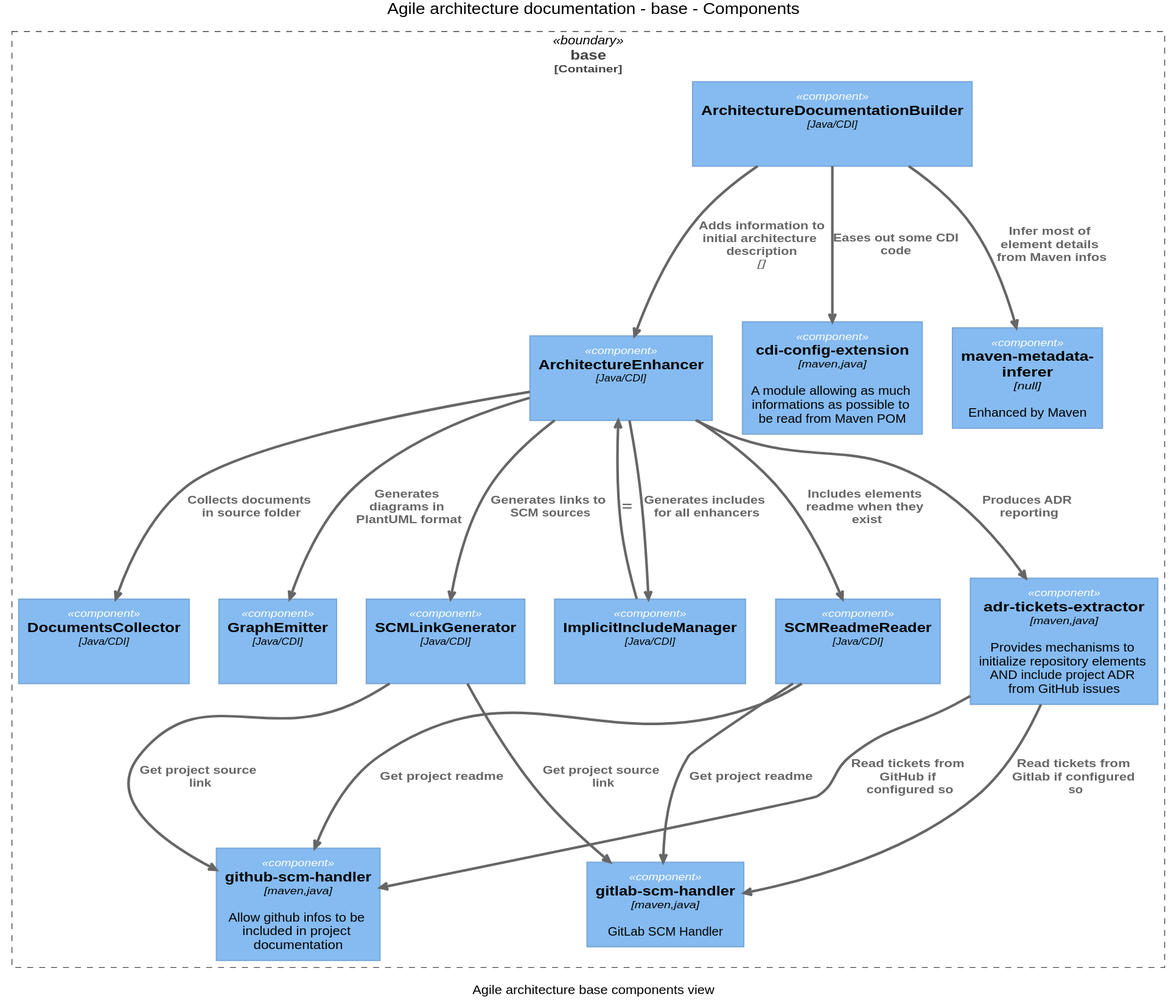
This is images/agile.architecture.base.components.svg from mmacphail/agile-architecture-documentation-system, a PlantUML export, as it was before one commit. Its diagram source:
```plantuml
@startuml(id=agile.architecture.base.components)





skinparam defaultTextAlignment center

skinparam wrapWidth 200
skinparam maxMessageSize 150

skinparam rectangle {
    StereotypeFontSize 12
    shadowing false
}

skinparam database {
    StereotypeFontSize 12
    shadowing false
}

skinparam Arrow {
    Color #666666
    FontColor #666666
    FontSize 12
}

skinparam rectangle<<boundary>> {
    Shadowing false
    StereotypeFontSize 0
    FontColor #444444
    BorderColor #444444
    BorderStyle dashed
}






















skinparam defaultTextAlignment center

skinparam wrapWidth 200
skinparam maxMessageSize 150

skinparam rectangle {
    StereotypeFontSize 12
    shadowing false
}

skinparam database {
    StereotypeFontSize 12
    shadowing false
}

skinparam Arrow {
    Color #666666
    FontColor #666666
    FontSize 12
}

skinparam rectangle<<boundary>> {
    Shadowing false
    StereotypeFontSize 0
    FontColor #444444
    BorderColor #444444
    BorderStyle dashed
}






















skinparam rectangle<<person>> {
    StereotypeFontColor #FFFFFF
    FontColor #FFFFFF
    BackgroundColor #08427B
    BorderColor #073B6F
}

skinparam rectangle<<external_person>> {
    StereotypeFontColor #FFFFFF
    FontColor #FFFFFF
    BackgroundColor #686868
    BorderColor #8A8A8A
}

skinparam rectangle<<system>> {
    StereotypeFontColor #FFFFFF
    FontColor #FFFFFF
    BackgroundColor #1168BD
    BorderColor #3C7FC0
}

skinparam rectangle<<external_system>> {
    StereotypeFontColor #FFFFFF
    FontColor #FFFFFF
    BackgroundColor #999999
    BorderColor #8A8A8A
}

skinparam database<<system>> {
    StereotypeFontColor #FFFFFF
    FontColor #FFFFFF
    BackgroundColor #1168BD
    BorderColor #3C7FC0
}

skinparam database<<external_system>> {
    StereotypeFontColor #FFFFFF
    FontColor #FFFFFF
    BackgroundColor #999999
    BorderColor #8A8A8A
}
















skinparam defaultTextAlignment center

skinparam wrapWidth 200
skinparam maxMessageSize 150

skinparam rectangle {
    StereotypeFontSize 12
    shadowing false
}

skinparam database {
    StereotypeFontSize 12
    shadowing false
}

skinparam Arrow {
    Color #666666
    FontColor #666666
    FontSize 12
}

skinparam rectangle<<boundary>> {
    Shadowing false
    StereotypeFontSize 0
    FontColor #444444
    BorderColor #444444
    BorderStyle dashed
}






















skinparam rectangle<<person>> {
    StereotypeFontColor #FFFFFF
    FontColor #FFFFFF
    BackgroundColor #08427B
    BorderColor #073B6F
}

skinparam rectangle<<external_person>> {
    StereotypeFontColor #FFFFFF
    FontColor #FFFFFF
    BackgroundColor #686868
    BorderColor #8A8A8A
}

skinparam rectangle<<system>> {
    StereotypeFontColor #FFFFFF
    FontColor #FFFFFF
    BackgroundColor #1168BD
    BorderColor #3C7FC0
}

skinparam rectangle<<external_system>> {
    StereotypeFontColor #FFFFFF
    FontColor #FFFFFF
    BackgroundColor #999999
    BorderColor #8A8A8A
}

skinparam database<<system>> {
    StereotypeFontColor #FFFFFF
    FontColor #FFFFFF
    BackgroundColor #1168BD
    BorderColor #3C7FC0
}

skinparam database<<external_system>> {
    StereotypeFontColor #FFFFFF
    FontColor #FFFFFF
    BackgroundColor #999999
    BorderColor #8A8A8A
}
















skinparam rectangle<<container>> {
    StereotypeFontColor #FFFFFF
    FontColor #FFFFFF
    BackgroundColor #438DD5
    BorderColor #3C7FC0
}

skinparam database<<container>> {
    StereotypeFontColor #FFFFFF
    FontColor #FFFFFF
    BackgroundColor #438DD5
    BorderColor #3C7FC0
}












skinparam defaultTextAlignment center

skinparam wrapWidth 200
skinparam maxMessageSize 150

skinparam rectangle {
    StereotypeFontSize 12
    shadowing false
}

skinparam database {
    StereotypeFontSize 12
    shadowing false
}

skinparam Arrow {
    Color #666666
    FontColor #666666
    FontSize 12
}

skinparam rectangle<<boundary>> {
    Shadowing false
    StereotypeFontSize 0
    FontColor #444444
    BorderColor #444444
    BorderStyle dashed
}






















skinparam rectangle<<person>> {
    StereotypeFontColor #FFFFFF
    FontColor #FFFFFF
    BackgroundColor #08427B
    BorderColor #073B6F
}

skinparam rectangle<<external_person>> {
    StereotypeFontColor #FFFFFF
    FontColor #FFFFFF
    BackgroundColor #686868
    BorderColor #8A8A8A
}

skinparam rectangle<<system>> {
    StereotypeFontColor #FFFFFF
    FontColor #FFFFFF
    BackgroundColor #1168BD
    BorderColor #3C7FC0
}

skinparam rectangle<<external_system>> {
    StereotypeFontColor #FFFFFF
    FontColor #FFFFFF
    BackgroundColor #999999
    BorderColor #8A8A8A
}

skinparam database<<system>> {
    StereotypeFontColor #FFFFFF
    FontColor #FFFFFF
    BackgroundColor #1168BD
    BorderColor #3C7FC0
}

skinparam database<<external_system>> {
    StereotypeFontColor #FFFFFF
    FontColor #FFFFFF
    BackgroundColor #999999
    BorderColor #8A8A8A
}
















skinparam rectangle<<container>> {
    StereotypeFontColor #FFFFFF
    FontColor #FFFFFF
    BackgroundColor #438DD5
    BorderColor #3C7FC0
}

skinparam database<<container>> {
    StereotypeFontColor #FFFFFF
    FontColor #FFFFFF
    BackgroundColor #438DD5
    BorderColor #3C7FC0
}












skinparam rectangle<<component>> {
    StereotypeFontColor #FFFFFF
    FontColor #000000
    BackgroundColor #85BBF0
    BorderColor #78A8D8
}

skinparam database<<component>> {
    StereotypeFontColor #FFFFFF
    FontColor #000000
    BackgroundColor #85BBF0
    BorderColor #78A8D8
}







title Agile architecture documentation - base - Components
caption Agile architecture base components view

skinparam {
  pathHoverColor GreenYellow
  ArrowThickness 3
  svgLinkTarget _parent
}
rectangle "==base\n<size:12>[Container]</size>" <<boundary>> as 10_boundary {
  rectangle "==ArchitectureDocumentationBuilder\n//<size:12>[Java/CDI]</size>//\n\n " <<component>> as 14
  rectangle "==ArchitectureEnhancer\n//<size:12>[Java/CDI]</size>//\n\n " <<component>> as 17
  rectangle "==DocumentsCollector\n//<size:12>[Java/CDI]</size>//\n\n " <<component>> as 16
  rectangle "==GraphEmitter\n//<size:12>[Java/CDI]</size>//\n\n " <<component>> as 15
  rectangle "==ImplicitIncludeManager\n//<size:12>[Java/CDI]</size>//\n\n " <<component>> as 13
  rectangle "==SCMLinkGenerator\n//<size:12>[Java/CDI]</size>//\n\n " <<component>> as 12
  rectangle "==SCMReadmeReader\n//<size:12>[Java/CDI]</size>//\n\n " <<component>> as 11
  rectangle "==adr-tickets-extractor\n//<size:12>[maven,java]</size>//\n\n Provides mechanisms to initialize repository elements AND include project ADR from GitHub issues" <<component>> as 32
  rectangle "==cdi-config-extension\n//<size:12>[maven,java]</size>//\n\n A module allowing as much informations as possible to be read from Maven POM" <<component>> as 36
  rectangle "==github-scm-handler\n//<size:12>[maven,java]</size>//\n\n Allow github infos to be included in project documentation" <<component>> as 26
  rectangle "==gitlab-scm-handler\n//<size:12>[maven,java]</size>//\n\n GitLab SCM Handler" <<component>> as 29
  rectangle "==maven-metadata-inferer\n//<size:12>[null]</size>//\n\n Enhanced by Maven" <<component>> as 38
}
14 -DOWN-> 17 : "===Adds information to initial architecture description\n//<size:12>[]</size>//"
14 -DOWN-> 36 : "===Eases out some CDI code"
14 -DOWN-> 38 : "===Infer most of element details from Maven infos"
17 -DOWN-> 16 : "===Collects documents in source folder"
17 -DOWN-> 15 : "===Generates diagrams in PlantUML format"
17 -DOWN-> 13 : "===Generates includes for all enhancers"
17 -DOWN-> 12 : "===Generates links to SCM sources"
17 -DOWN-> 11 : "===Includes elements readme when they exist"
17 -DOWN-> 32 : "===Produces ADR reporting"
13 -DOWN-> 17 : "==="
12 -DOWN-> 26 : "===Get project source link"
12 -DOWN-> 29 : "===Get project source link"
11 -DOWN-> 26 : "===Get project readme"
11 -DOWN-> 29 : "===Get project readme"
32 -DOWN-> 26 : "===Read tickets from GitHub if configured so"
32 -DOWN-> 29 : "===Read tickets from Gitlab if configured so"
@enduml
```
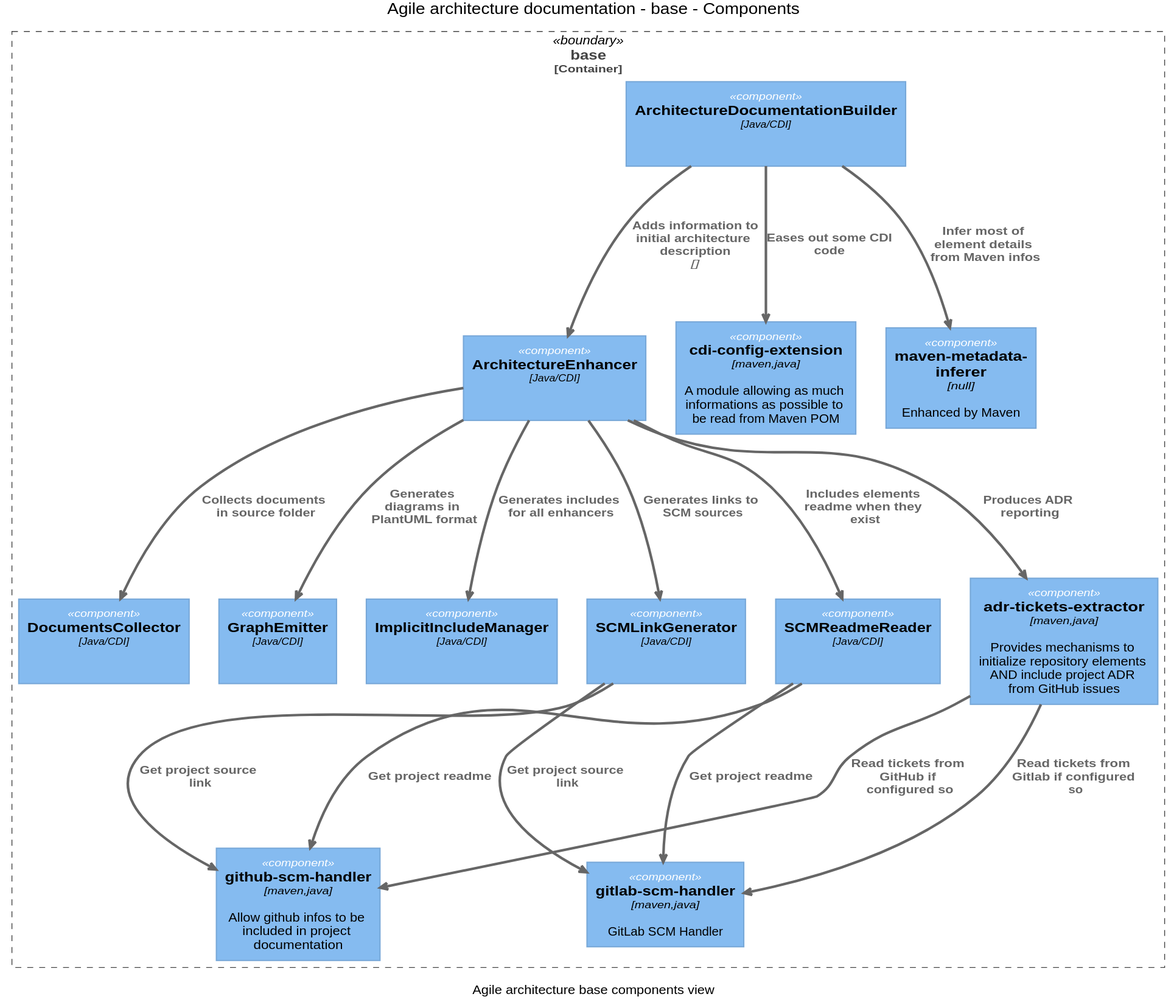
Later version of the same file.

Change to the diagram source:
```diff
@@ -454,33 +454,32 @@
   svgLinkTarget _parent
 }
 rectangle "==base\n<size:12>[Container]</size>" <<boundary>> as 10_boundary {
-  rectangle "==ArchitectureDocumentationBuilder\n//<size:12>[Java/CDI]</size>//\n\n " <<component>> as 14
-  rectangle "==ArchitectureEnhancer\n//<size:12>[Java/CDI]</size>//\n\n " <<component>> as 17
-  rectangle "==DocumentsCollector\n//<size:12>[Java/CDI]</size>//\n\n " <<component>> as 16
-  rectangle "==GraphEmitter\n//<size:12>[Java/CDI]</size>//\n\n " <<component>> as 15
-  rectangle "==ImplicitIncludeManager\n//<size:12>[Java/CDI]</size>//\n\n " <<component>> as 13
-  rectangle "==SCMLinkGenerator\n//<size:12>[Java/CDI]</size>//\n\n " <<component>> as 12
-  rectangle "==SCMReadmeReader\n//<size:12>[Java/CDI]</size>//\n\n " <<component>> as 11
-  rectangle "==adr-tickets-extractor\n//<size:12>[maven,java]</size>//\n\n Provides mechanisms to initialize repository elements AND include project ADR from GitHub issues" <<component>> as 32
-  rectangle "==cdi-config-extension\n//<size:12>[maven,java]</size>//\n\n A module allowing as much informations as possible to be read from Maven POM" <<component>> as 36
-  rectangle "==github-scm-handler\n//<size:12>[maven,java]</size>//\n\n Allow github infos to be included in project documentation" <<component>> as 26
-  rectangle "==gitlab-scm-handler\n//<size:12>[maven,java]</size>//\n\n GitLab SCM Handler" <<component>> as 29
-  rectangle "==maven-metadata-inferer\n//<size:12>[null]</size>//\n\n Enhanced by Maven" <<component>> as 38
+  rectangle "==ArchitectureDocumentationBuilder\n//<size:12>[Java/CDI]</size>//\n\n " <<component>> as 11
+  rectangle "==ArchitectureEnhancer\n//<size:12>[Java/CDI]</size>//\n\n " <<component>> as 12
+  rectangle "==DocumentsCollector\n//<size:12>[Java/CDI]</size>//\n\n " <<component>> as 15
+  rectangle "==GraphEmitter\n//<size:12>[Java/CDI]</size>//\n\n " <<component>> as 17
+  rectangle "==ImplicitIncludeManager\n//<size:12>[Java/CDI]</size>//\n\n " <<component>> as 14
+  rectangle "==SCMLinkGenerator\n//<size:12>[Java/CDI]</size>//\n\n " <<component>> as 16
+  rectangle "==SCMReadmeReader\n//<size:12>[Java/CDI]</size>//\n\n " <<component>> as 13
+  rectangle "==adr-tickets-extractor\n//<size:12>[maven,java]</size>//\n\n Provides mechanisms to initialize repository elements AND include project ADR from GitHub issues" <<component>> as 31
+  rectangle "==cdi-config-extension\n//<size:12>[maven,java]</size>//\n\n A module allowing as much informations as possible to be read from Maven POM" <<component>> as 35
+  rectangle "==github-scm-handler\n//<size:12>[maven,java]</size>//\n\n Allow github infos to be included in project documentation" <<component>> as 25
+  rectangle "==gitlab-scm-handler\n//<size:12>[maven,java]</size>//\n\n GitLab SCM Handler" <<component>> as 28
+  rectangle "==maven-metadata-inferer\n//<size:12>[null]</size>//\n\n Enhanced by Maven" <<component>> as 37
 }
-14 -DOWN-> 17 : "===Adds information to initial architecture description\n//<size:12>[]</size>//"
-14 -DOWN-> 36 : "===Eases out some CDI code"
-14 -DOWN-> 38 : "===Infer most of element details from Maven infos"
-17 -DOWN-> 16 : "===Collects documents in source folder"
-17 -DOWN-> 15 : "===Generates diagrams in PlantUML format"
-17 -DOWN-> 13 : "===Generates includes for all enhancers"
-17 -DOWN-> 12 : "===Generates links to SCM sources"
-17 -DOWN-> 11 : "===Includes elements readme when they exist"
-17 -DOWN-> 32 : "===Produces ADR reporting"
-13 -DOWN-> 17 : "==="
-12 -DOWN-> 26 : "===Get project source link"
-12 -DOWN-> 29 : "===Get project source link"
-11 -DOWN-> 26 : "===Get project readme"
-11 -DOWN-> 29 : "===Get project readme"
-32 -DOWN-> 26 : "===Read tickets from GitHub if configured so"
-32 -DOWN-> 29 : "===Read tickets from Gitlab if configured so"
+11 -DOWN-> 12 : "===Adds information to initial architecture description\n//<size:12>[]</size>//"
+11 -DOWN-> 35 : "===Eases out some CDI code"
+11 -DOWN-> 37 : "===Infer most of element details from Maven infos"
+12 -DOWN-> 15 : "===Collects documents in source folder"
+12 -DOWN-> 17 : "===Generates diagrams in PlantUML format"
+12 -DOWN-> 14 : "===Generates includes for all enhancers"
+12 -DOWN-> 16 : "===Generates links to SCM sources"
+12 -DOWN-> 13 : "===Includes elements readme when they exist"
+12 -DOWN-> 31 : "===Produces ADR reporting"
+16 -DOWN-> 25 : "===Get project source link"
+16 -DOWN-> 28 : "===Get project source link"
+13 -DOWN-> 25 : "===Get project readme"
+13 -DOWN-> 28 : "===Get project readme"
+31 -DOWN-> 25 : "===Read tickets from GitHub if configured so"
+31 -DOWN-> 28 : "===Read tickets from Gitlab if configured so"
 @enduml
```
